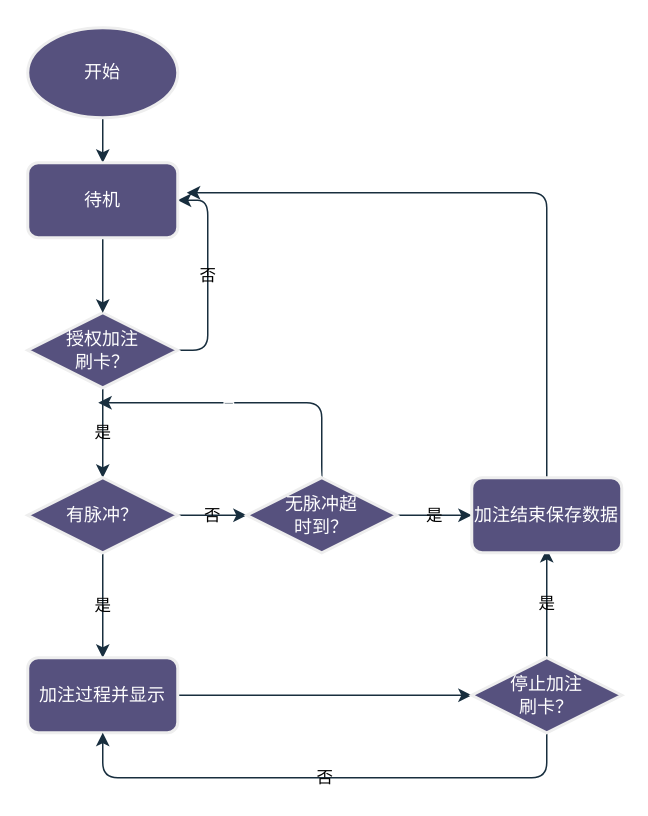
Before: page "操作流程图" (2 of 3) of electroic_meter.drawio in kupier/12306-electron, a draw.io diagram. Source tidied: cells renumbered, new cells numbered last; positions are measured from the earlier drawing's top-left corner, leaving out a move shared by most shapes. Both pictures are drawn from the tidied source at 150%, with x=0, y=0 at pixel (27, 27).
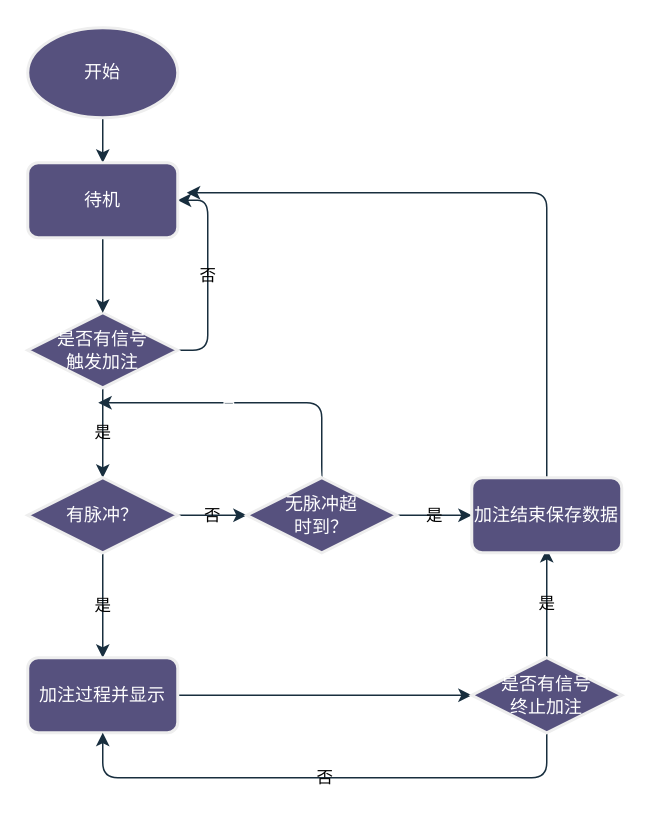
The same page after the edit.

What changed in the source:
```diff
@@
-    <mxCell id="7" value="授权加注&lt;br&gt;刷卡？" style="strokeWidth=2;html=1;shape=mxgraph.flowchart.decision;whiteSpace=wrap;rounded=1;labelBackgroundColor=none;fillColor=#56517E;strokeColor=#EEEEEE;fontColor=#FFFFFF;" parent="1" vertex="1">
+    <mxCell id="7" value="是否有信号&lt;br&gt;触发加注" style="strokeWidth=2;html=1;shape=mxgraph.flowchart.decision;whiteSpace=wrap;rounded=1;labelBackgroundColor=none;fillColor=#56517E;strokeColor=#EEEEEE;fontColor=#FFFFFF;" parent="1" vertex="1">
       <mxGeometry y="190" width="100" height="50" as="geometry" />
     </mxCell>
@@
-    <mxCell id="16" value="停止加注&lt;br&gt;刷卡？" style="strokeWidth=2;html=1;shape=mxgraph.flowchart.decision;whiteSpace=wrap;rounded=1;labelBackgroundColor=none;fillColor=#56517E;strokeColor=#EEEEEE;fontColor=#FFFFFF;" parent="1" vertex="1">
+    <mxCell id="16" value="是否有信号&lt;br&gt;终止加注" style="strokeWidth=2;html=1;shape=mxgraph.flowchart.decision;whiteSpace=wrap;rounded=1;labelBackgroundColor=none;fillColor=#56517E;strokeColor=#EEEEEE;fontColor=#FFFFFF;" parent="1" vertex="1">
       <mxGeometry x="296" y="420" width="100" height="50" as="geometry" />
     </mxCell>
```
